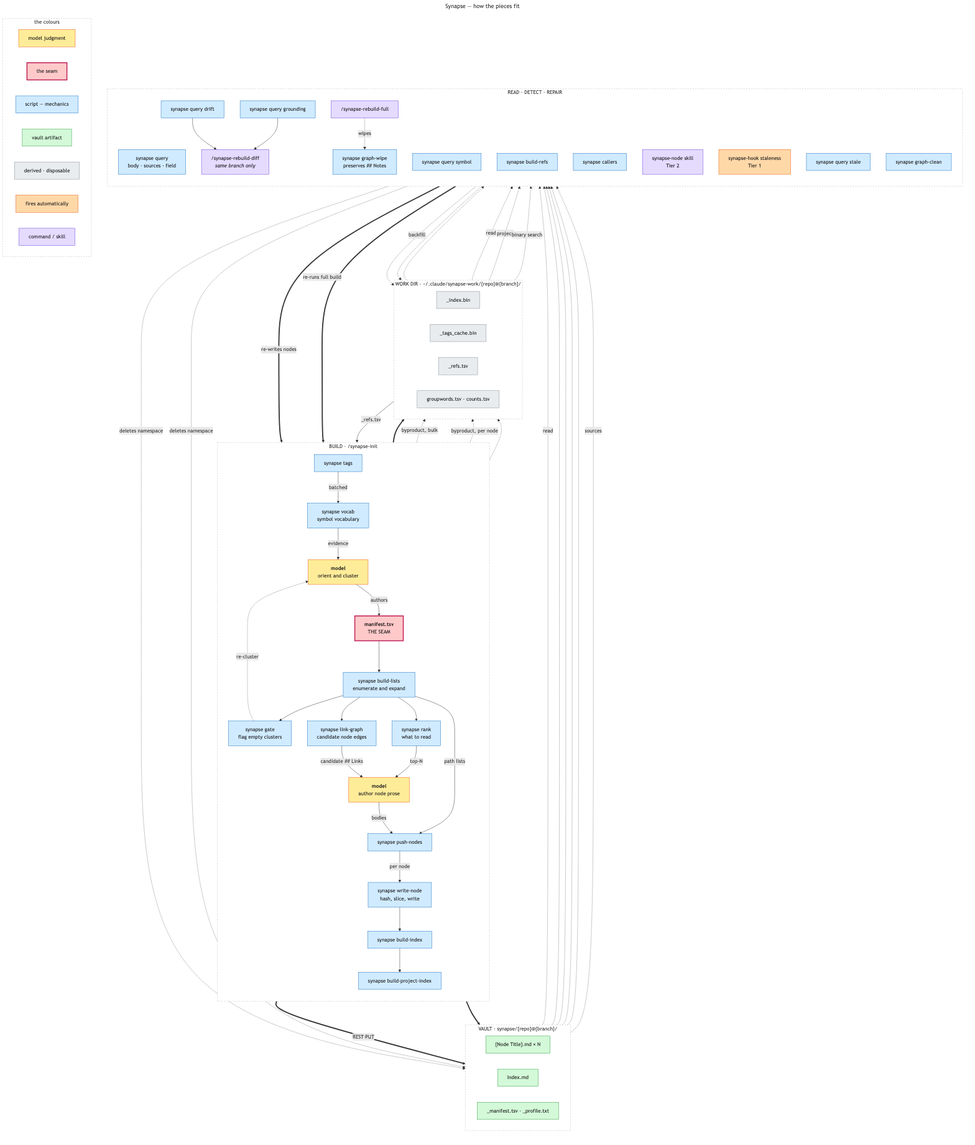
Above: docs/diagrams/synapse-pipeline.png in imunitic/synapse (Mermaid), before the change. Its source is kept beside it as docs/diagrams/synapse-pipeline.mmd.
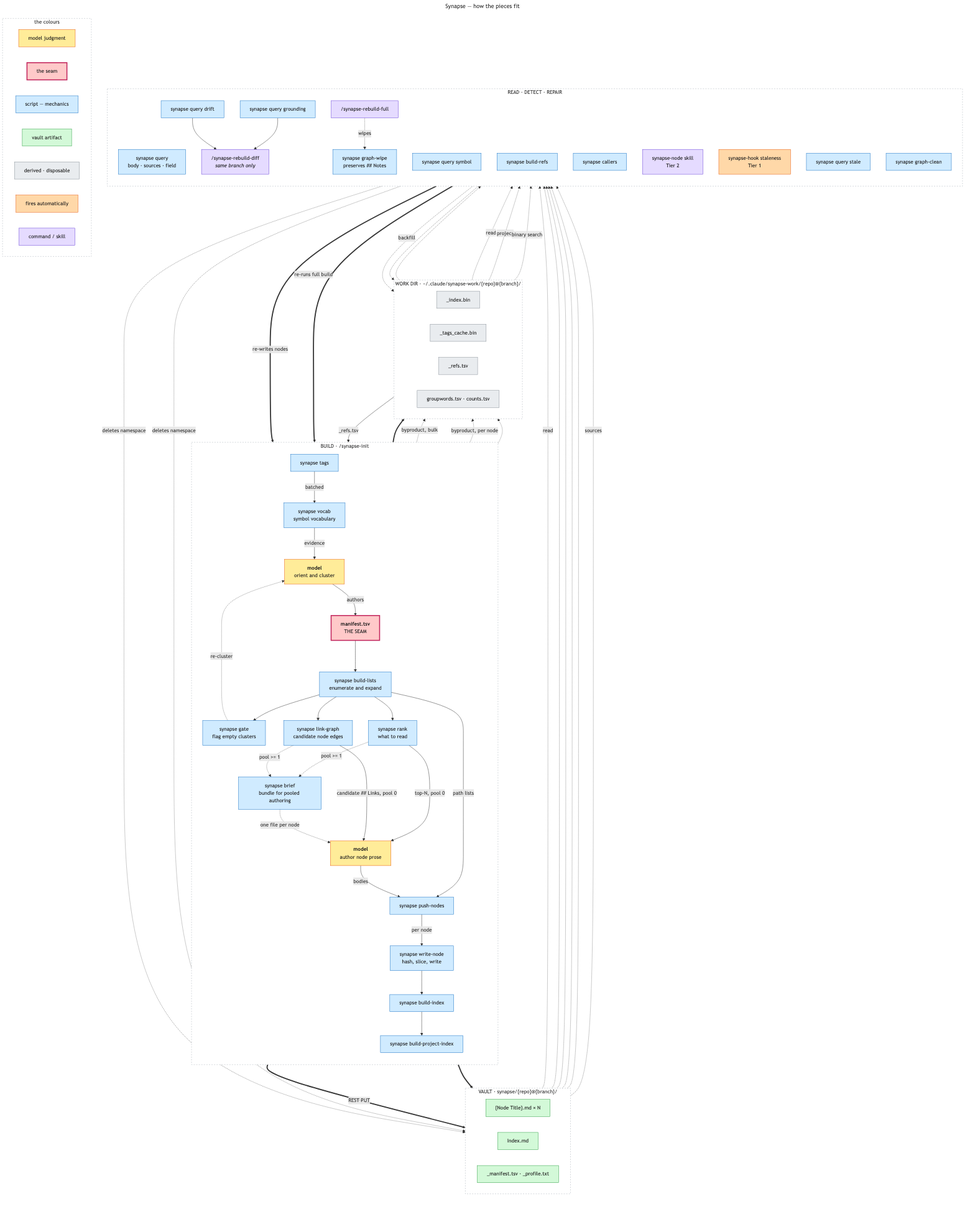
After the change.

The edit, as a diff of the source:
```diff
@@ -20,6 +20,7 @@
         GATE["synapse gate<br/>flag empty clusters"]
         RANK["synapse rank<br/>what to read"]
         LINKGRAPH["synapse link-graph<br/>candidate node edges"]
+        BRIEF["synapse brief<br/>bundle for pooled authoring"]
         PROSE["<b>model</b><br/>author node prose"]
         PUSH["synapse push-nodes"]
         WRITE["synapse write-node<br/>hash, slice, write"]
@@ -33,9 +34,12 @@
         LISTS --> GATE
         GATE -.->|"re-cluster"| ORIENT
         LISTS --> RANK
-        RANK -->|"top-N"| PROSE
+        RANK -->|"top-N, pool 0"| PROSE
         LISTS --> LINKGRAPH
-        LINKGRAPH -->|"candidate ## Links"| PROSE
+        LINKGRAPH -->|"candidate ## Links, pool 0"| PROSE
+        RANK -.->|"pool >= 1"| BRIEF
+        LINKGRAPH -.->|"pool >= 1"| BRIEF
+        BRIEF -.->|"one file per node"| PROSE
         LISTS -->|"path lists"| PUSH
         PROSE -->|"bodies"| PUSH
         PUSH -->|"per node"| WRITE
@@ -105,7 +109,7 @@
 
     class ORIENT,PROSE model
     class MANIFEST seam
-    class LISTS,PUSH,WRITE,IDX,PIDX,TAGS,VOCAB,GATE,RANK,LINKGRAPH,QUERY,SYMBOL,REFS,CALLERS,STALE2,DRIFT,GROUND,CLEAN,WIPE script
+    class LISTS,PUSH,WRITE,IDX,PIDX,TAGS,VOCAB,GATE,RANK,LINKGRAPH,BRIEF,QUERY,SYMBOL,REFS,CALLERS,STALE2,DRIFT,GROUND,CLEAN,WIPE script
     class NODE,INDEX,AUX vault
     class IDXBIN,TAGSCACHE,REFSIDX,WORDS work
     class STALE1 hook
```
